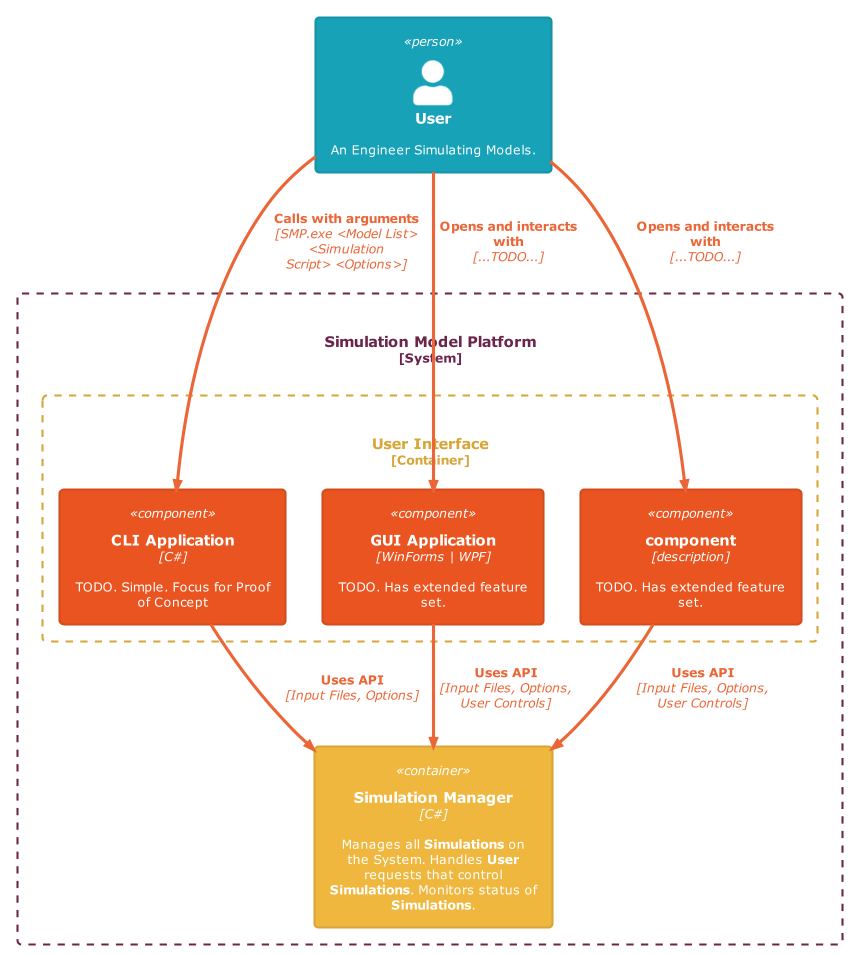
This is docs/PlantUML/diagrams/out/L3_Component Diagram - User Interface.png from wheelerMT/GSMP, a PlantUML export, as it was before one commit.
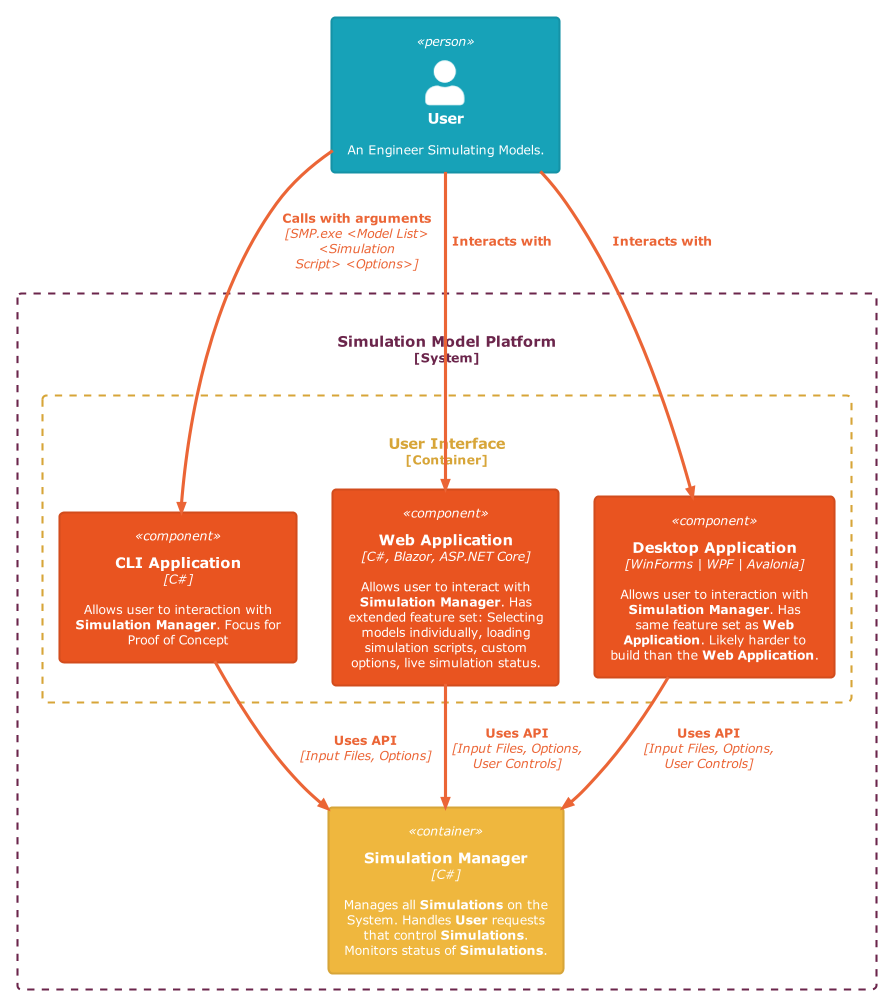
After the change.

Commit message:
Update L3 User Interface diagram image

What changed in the source:
```diff
@@ -7,16 +7,16 @@
 
 System_Boundary(SimulationModelPlatform, "Simulation Model Platform") {
     Container_Boundary(UserInterface, "User Interface") {
-        Component(CLIApp, "CLI Application", "C#", "TODO. Simple. Focus for Proof of Concept")
-        Component(GUIApp, "GUI Application", "WinForms | WPF", "TODO. Has extended feature set.")
-        Component(WebApp, "component", "description", "TODO. Has extended feature set.")
+        Component(CLIApp, "CLI Application", "C#", "Allows user to interaction with **Simulation Manager**. Focus for Proof of Concept")
+        Component(WebApp, "Web Application", "C#, Blazor, ASP.NET Core", "Allows user to interact with **Simulation Manager**. Has extended feature set: Selecting models individually, loading simulation scripts, custom options, live simulation status.")
+        Component(GUIApp, "Desktop Application", "WinForms | WPF | Avalonia", "Allows user to interaction with **Simulation Manager**. Has same feature set as **Web Application**. Likely harder to build than the **Web Application**.")
     }
     Container(SimulationManager, "Simulation Manager", "C#", "Manages all **Simulations** on the System. Handles **User** requests that control **Simulations**. Monitors status of **Simulations**.")
 }
 
 Rel_D(User, CLIApp, "Calls with arguments", "SMP.exe <Model List> <Simulation Script> <Options>")
-Rel_D(User, GUIApp, "Opens and interacts with", "...TODO...")
-Rel_D(User, WebApp, "Opens and interacts with", "...TODO...")
+Rel_D(User, WebApp, "Interacts with", "")
+Rel_D(User, GUIApp, "Interacts with", "")
 
 Rel_D(CLIApp, SimulationManager, "Uses API", "Input Files, Options")
 Rel_D(GUIApp, SimulationManager, "Uses API", "Input Files, Options, User Controls")
```
